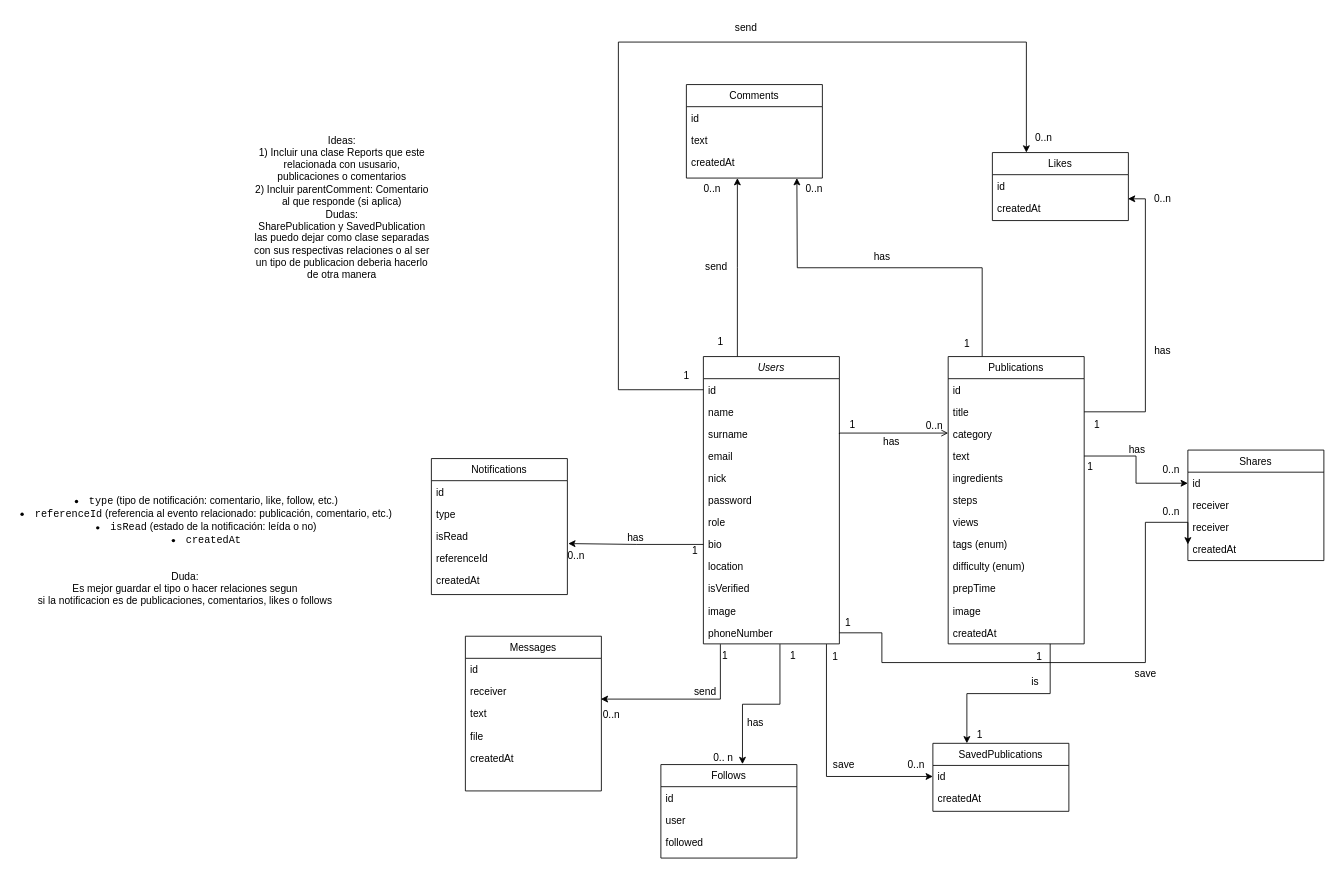
This is resources/uml.drawio from jaicabher1/RecipeWeb, a draw.io file, before an edit. Source tidied: cells renumbered, new cells numbered last; positions are measured from the earlier drawing's top-left corner, leaving out a move shared by most shapes. Both pictures are drawn from the tidied source at 85%, with x=0, y=0 at pixel (14, 14).
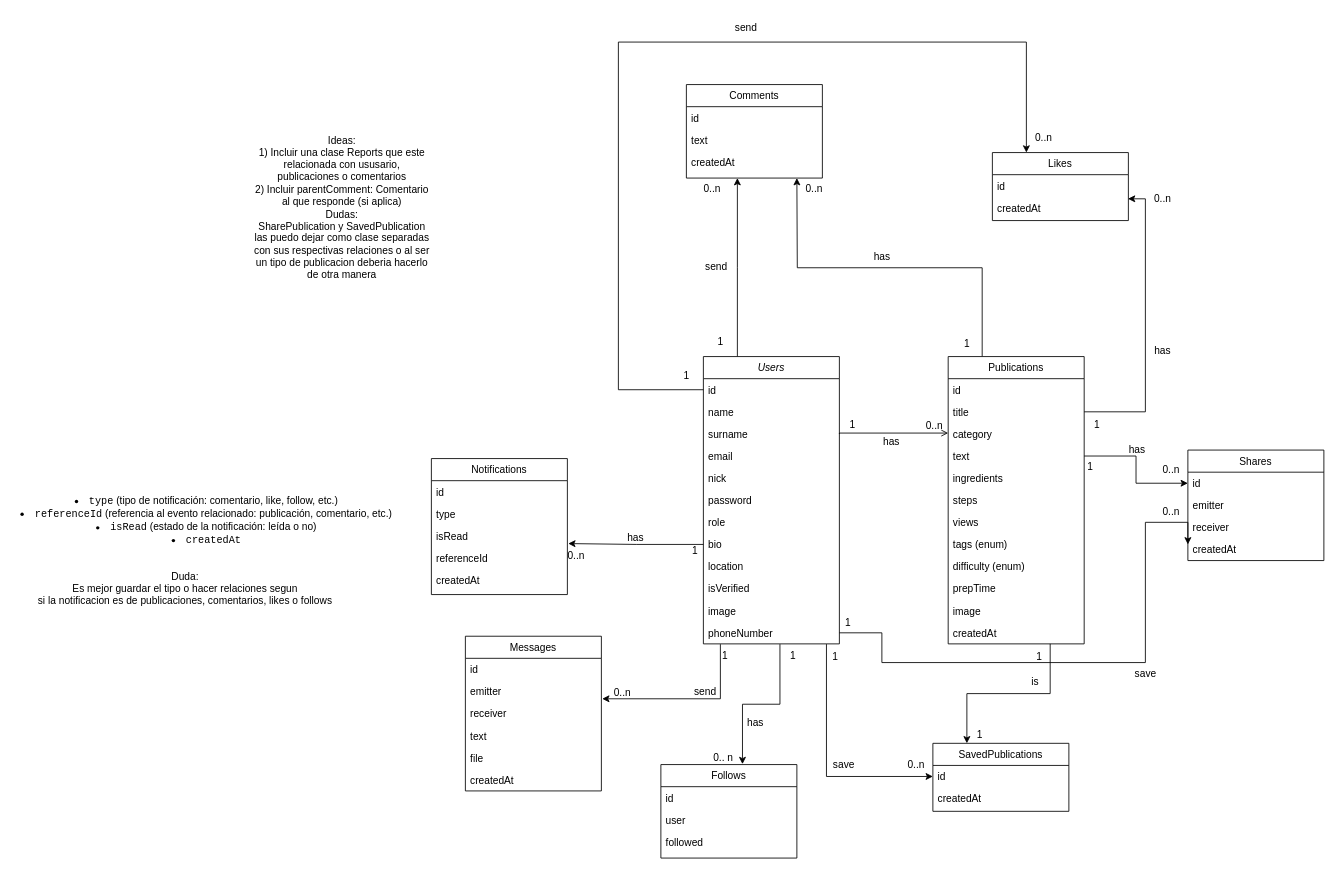
Above is the later version.

Unchanged cells that the change refers to:
```xml
<mxCell id="15" value="phoneNumber" style="text;align=left;verticalAlign=top;spacingLeft=4;spacingRight=4;overflow=hidden;points=[[0,0.5],[1,0.5]];portConstraint=eastwest;rounded=0;shadow=0;html=0;" parent="3" vertex="1">
  <mxGeometry y="312" width="160" height="26" as="geometry" />
</mxCell>
<mxCell id="43" value="Messages" style="swimlane;fontStyle=0;align=center;verticalAlign=top;horizontal=1;startSize=26;rounded=0;shadow=0;strokeWidth=1;" parent="1" vertex="1">
  <mxGeometry x="530" y="731" width="160" height="182" as="geometry" />
</mxCell>
<mxCell id="73" value="Shares" style="swimlane;fontStyle=0;align=center;verticalAlign=top;horizontal=1;startSize=26;rounded=0;shadow=0;strokeWidth=1;" parent="1" vertex="1">
  <mxGeometry x="1380" y="512" width="160" height="130" as="geometry" />
</mxCell>
```

The edit, as a diff of the source:
```diff
@@
+    <mxCell id="110" value="emitter" style="text;align=left;verticalAlign=top;spacingLeft=4;spacingRight=4;overflow=hidden;points=[[0,0.5],[1,0.5]];portConstraint=eastwest;" parent="43" vertex="1">
+      <mxGeometry y="52" width="160" height="26" as="geometry" />
+    </mxCell>
     <mxCell id="45" value="receiver" style="text;align=left;verticalAlign=top;spacingLeft=4;spacingRight=4;overflow=hidden;points=[[0,0.5],[1,0.5]];portConstraint=eastwest;rounded=0;shadow=0;html=0;" parent="43" vertex="1">
-      <mxGeometry y="52" width="160" height="26" as="geometry" />
+      <mxGeometry y="78" width="160" height="26" as="geometry" />
     </mxCell>
     <mxCell id="46" value="text" style="text;align=left;verticalAlign=top;spacingLeft=4;spacingRight=4;overflow=hidden;rounded=0;shadow=0;html=0;" parent="43" vertex="1">
-      <mxGeometry y="78" width="160" height="26" as="geometry" />
+      <mxGeometry y="104" width="160" height="26" as="geometry" />
     </mxCell>
     <mxCell id="47" value="file" style="text;align=left;verticalAlign=top;spacingLeft=4;spacingRight=4;overflow=hidden;rounded=0;shadow=0;html=0;" parent="43" vertex="1">
-      <mxGeometry y="104" width="160" height="26" as="geometry" />
+      <mxGeometry y="130" width="160" height="26" as="geometry" />
     </mxCell>
     <mxCell id="48" value="createdAt" style="text;align=left;verticalAlign=top;spacingLeft=4;spacingRight=4;overflow=hidden;rounded=0;shadow=0;html=0;" parent="43" vertex="1">
-      <mxGeometry y="130" width="160" height="26" as="geometry" />
+      <mxGeometry y="156" width="160" height="26" as="geometry" />
     </mxCell>
     <mxCell id="49" value="0..n" style="align=left;verticalAlign=bottom;labelBackgroundColor=none;fontSize=12;direction=south;" parent="1" vertex="1">
-      <mxGeometry x="690" y="832" as="geometry" />
+      <mxGeometry x="700" y="832" as="geometry">
+        <mxPoint x="3" y="-26" as="offset" />
+      </mxGeometry>
     </mxCell>
@@
-    <mxCell id="52" style="edgeStyle=orthogonalEdgeStyle;rounded=0;jettySize=auto;html=1;entryX=0.996;entryY=0.845;entryDx=0;entryDy=0;exitX=0.125;exitY=1.015;exitDx=0;exitDy=0;exitPerimeter=0;entryPerimeter=0;" parent="1" edge="1" source="15" target="45">
+    <mxCell id="52" style="edgeStyle=orthogonalEdgeStyle;rounded=0;jettySize=auto;html=1;exitX=0.125;exitY=1.015;exitDx=0;exitDy=0;exitPerimeter=0;entryX=1.006;entryY=0.831;entryDx=0;entryDy=0;entryPerimeter=0;" parent="1" edge="1" source="15" target="110">
       <mxGeometry relative="1" as="geometry">
         <Array as="points">
           <mxPoint x="830" y="805" />
         </Array>
       </mxGeometry>
     </mxCell>
@@
-    <mxCell id="75" value="receiver" style="text;align=left;verticalAlign=top;spacingLeft=4;spacingRight=4;overflow=hidden;" parent="73" vertex="1">
+    <mxCell id="75" value="emitter" style="text;align=left;verticalAlign=top;spacingLeft=4;spacingRight=4;overflow=hidden;" parent="73" vertex="1">
       <mxGeometry y="52" width="160" height="26" as="geometry" />
     </mxCell>
```
